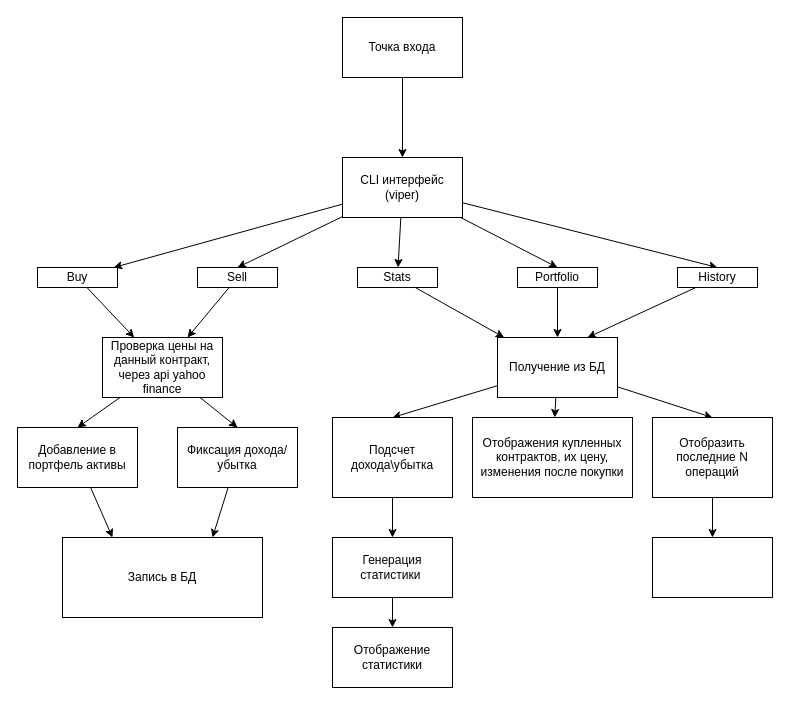
The draw.io diagram schema.dio in IIIUBA/TradeCLI, before the edit. Source tidied: cells renumbered, new cells numbered last; positions are measured from the earlier drawing's top-left corner, leaving out a move shared by most shapes. Both pictures are drawn from the tidied source at 100%, with x=0, y=0 at pixel (17, 17).
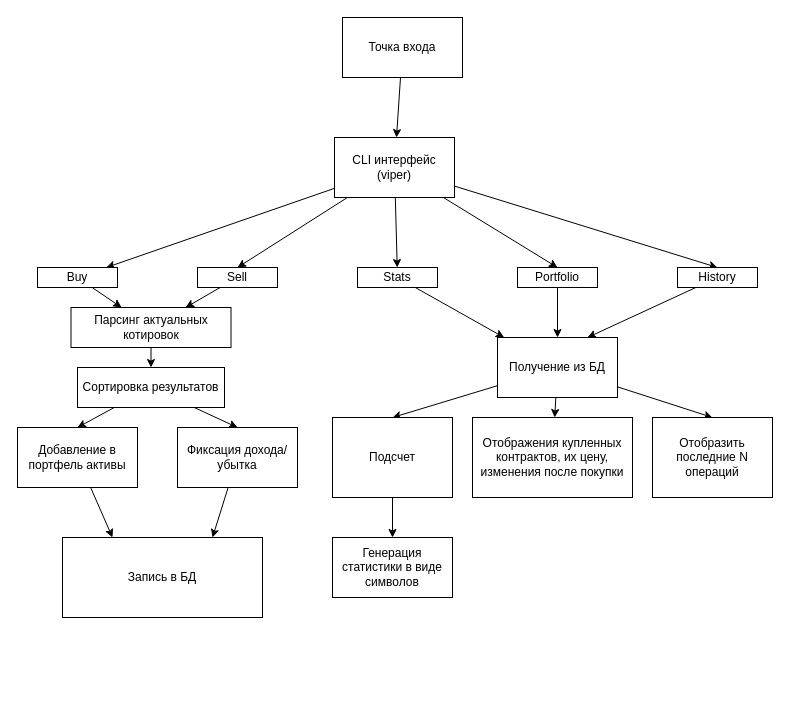
The same diagram, later.

Commit message (it also covers changes not shown here):
Переход на парсинг

Unchanged cells that the change refers to:
```xml
<mxCell id="9" value="Buy" style="whiteSpace=wrap;html=1;" parent="1" vertex="1">
  <mxGeometry x="20" y="250" width="80" height="20" as="geometry" />
</mxCell>
<mxCell id="11" value="Sell" style="whiteSpace=wrap;html=1;" parent="1" vertex="1">
  <mxGeometry x="180" y="250" width="80" height="20" as="geometry" />
</mxCell>
<mxCell id="34" value="Отобразить последние N операций" style="whiteSpace=wrap;html=1;" parent="1" vertex="1">
  <mxGeometry x="635" y="400" width="120" height="80" as="geometry" />
</mxCell>
```

What changed in the source:
```diff
@@
     <mxCell id="7" value="CLI интерфейс (viper)" style="whiteSpace=wrap;html=1;" parent="1" vertex="1">
-      <mxGeometry x="325" y="140" width="120" height="60" as="geometry" />
+      <mxGeometry x="317" y="120" width="120" height="60" as="geometry" />
     </mxCell>
-    <mxCell id="8" style="edgeStyle=none;html=1;" parent="1" edge="1" source="9" target="20">
-      <mxGeometry relative="1" as="geometry" />
-    </mxCell>
+    <mxCell id="41" style="edgeStyle=none;html=1;" parent="1" edge="1" source="9" target="44">
+      <mxGeometry relative="1" as="geometry" />
+    </mxCell>
@@
-    <mxCell id="10" style="edgeStyle=none;html=1;" parent="1" edge="1" source="11" target="20">
-      <mxGeometry relative="1" as="geometry" />
-    </mxCell>
+    <mxCell id="42" style="edgeStyle=none;html=1;" parent="1" edge="1" source="11" target="44">
+      <mxGeometry relative="1" as="geometry" />
+    </mxCell>
@@
-    <mxCell id="20" value="Проверка цены на данный контракт, через api yahoo finance" style="whiteSpace=wrap;html=1;" parent="1" vertex="1">
-      <mxGeometry x="85" y="320" width="120" height="60" as="geometry" />
+    <mxCell id="20" value="Сортировка результатов" style="whiteSpace=wrap;html=1;" parent="1" vertex="1">
+      <mxGeometry x="60" y="350" width="147" height="40" as="geometry" />
     </mxCell>
@@
-    <mxCell id="31" value="Подсчет дохода\убытка" style="whiteSpace=wrap;html=1;" parent="1" vertex="1">
+    <mxCell id="31" value="Подсчет" style="whiteSpace=wrap;html=1;" parent="1" vertex="1">
       <mxGeometry x="315" y="400" width="120" height="80" as="geometry" />
     </mxCell>
@@
-    <mxCell id="33" style="edgeStyle=none;html=1;" parent="1" edge="1" source="34" target="40">
-      <mxGeometry relative="1" as="geometry" />
-    </mxCell>
@@
-    <mxCell id="35" style="edgeStyle=none;html=1;" parent="1" edge="1" source="36" target="39">
-      <mxGeometry relative="1" as="geometry" />
-    </mxCell>
-    <mxCell id="36" value="Генерация статистики&amp;nbsp;" style="whiteSpace=wrap;html=1;" parent="1" vertex="1">
+    <mxCell id="36" value="Генерация статистики в виде символов" style="whiteSpace=wrap;html=1;" parent="1" vertex="1">
       <mxGeometry x="315" y="520" width="120" height="60" as="geometry" />
     </mxCell>
@@
-    <mxCell id="39" value="Отображение статистики" style="whiteSpace=wrap;html=1;" parent="1" vertex="1">
-      <mxGeometry x="315" y="610" width="120" height="60" as="geometry" />
-    </mxCell>
-    <mxCell id="40" style="whiteSpace=wrap;html=1;" parent="1" vertex="1">
-      <mxGeometry x="635" y="520" width="120" height="60" as="geometry" />
-    </mxCell>
+    <mxCell id="43" style="edgeStyle=none;html=1;entryX=0.5;entryY=0;entryDx=0;entryDy=0;" parent="1" edge="1" source="44" target="20">
+      <mxGeometry relative="1" as="geometry" />
+    </mxCell>
+    <mxCell id="44" value="Парсинг актуальных котировок" style="whiteSpace=wrap;html=1;" parent="1" vertex="1">
+      <mxGeometry x="53.5" y="290" width="160" height="40" as="geometry" />
+    </mxCell>
```
